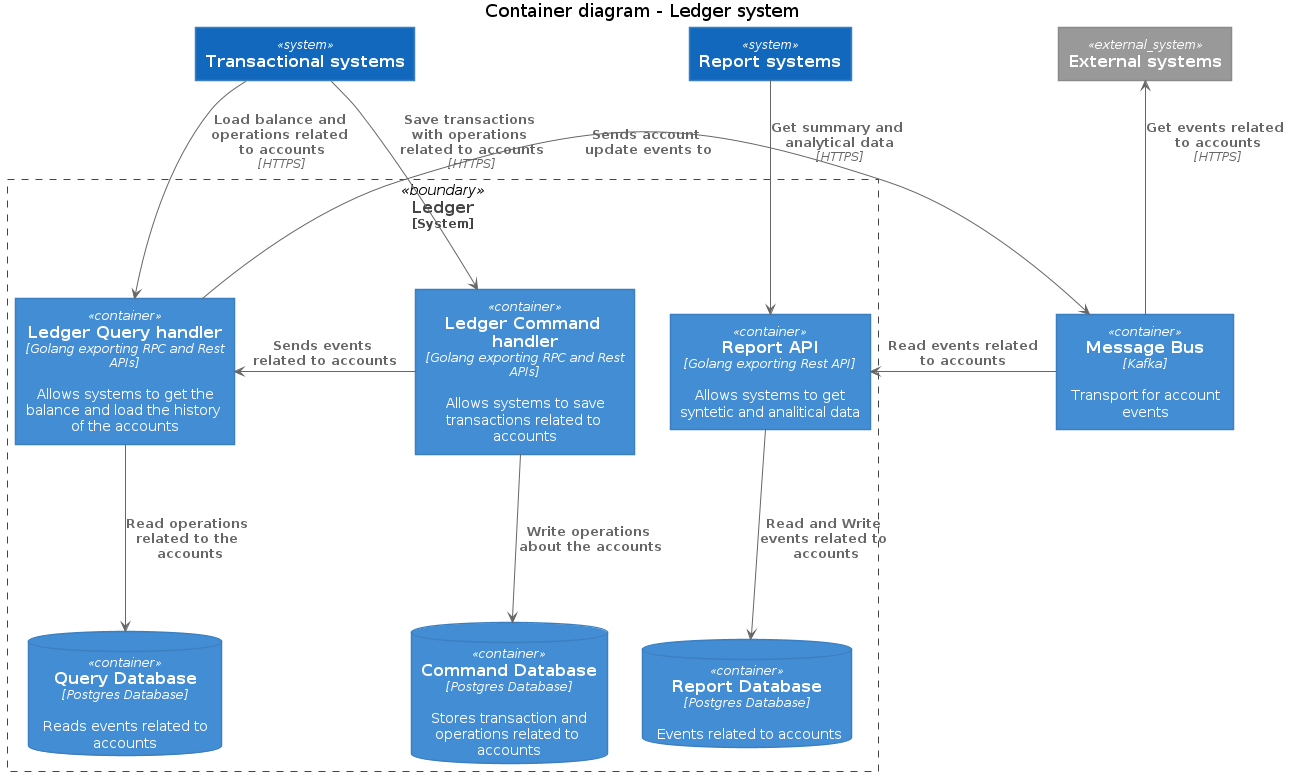
The PlantUML diagram docs/c4model/level_2_step_by_step/level_2_d_container_diagram.png in fernandodr19/the-amazing-ledger, before a commit.
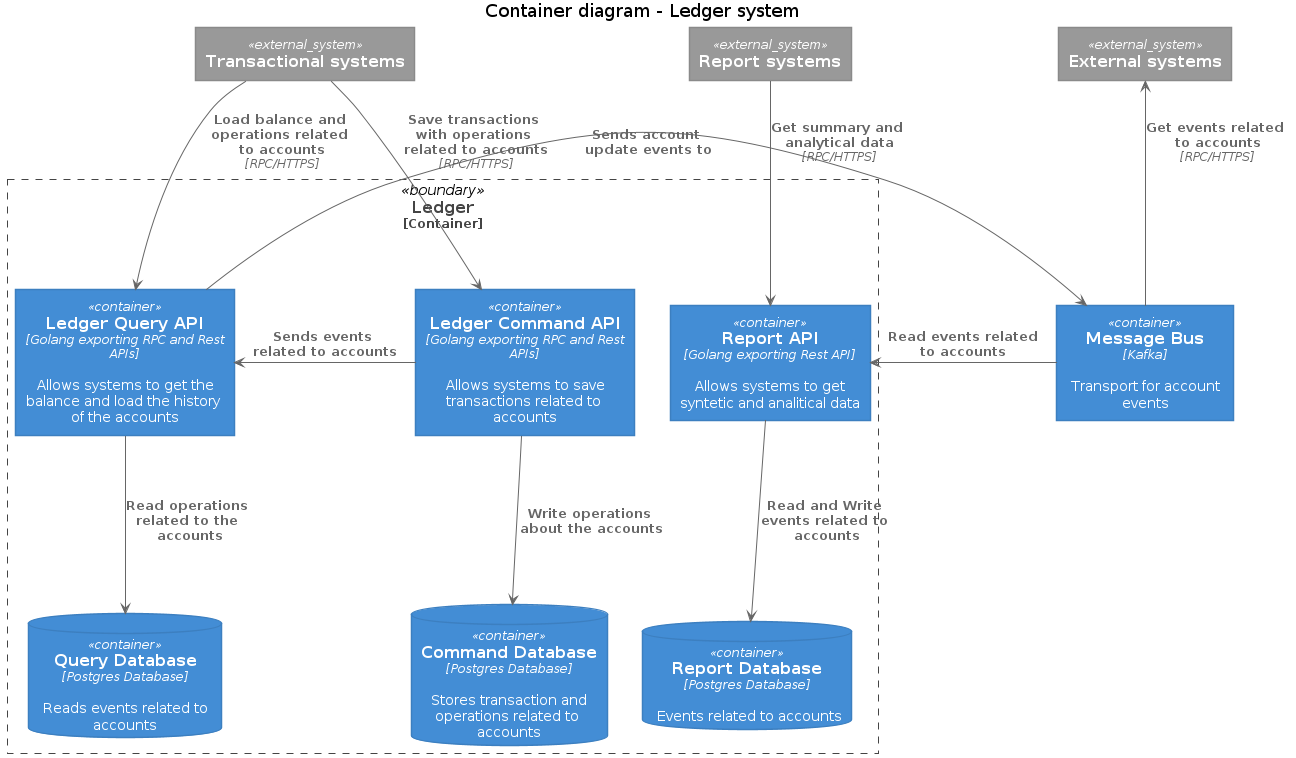
Later version of the same file.

Change to the diagram source:
```diff
@@ -4,13 +4,13 @@
 
 title Container diagram - Ledger system
 
-System(transactional_systems, "Transactional systems")
-System(report_systems, "Report systems")
+System_Ext(transactional_systems, "Transactional systems")
+System_Ext(report_systems, "Report systems")
 System_Ext(external_systems, "External systems")
 
-System_Boundary(ledger, "Ledger") {
-    Container(ledger_command_api, "Ledger Command handler", "Golang exporting RPC and Rest APIs", "Allows systems to save transactions related to accounts")
-    Container(ledger_query_api, "Ledger Query handler", "Golang exporting RPC and Rest APIs", "Allows systems to get the balance and load the history of the accounts")
+Container_Boundary(ledger, "Ledger") {
+    Container(ledger_command_api, "Ledger Command API", "Golang exporting RPC and Rest APIs", "Allows systems to save transactions related to accounts")
+    Container(ledger_query_api, "Ledger Query API", "Golang exporting RPC and Rest APIs", "Allows systems to get the balance and load the history of the accounts")
     ContainerDb(query_database, "Query Database", "Postgres Database", "Reads events related to accounts")
     ContainerDb(command_database, "Command Database", "Postgres Database", "Stores transaction and operations related to accounts")
     Container(report_api, "Report API", "Golang exporting Rest API", "Allows systems to get syntetic and analitical data")
@@ -24,16 +24,16 @@
 Rel(ledger_command_api, command_database, "Write operations about the accounts")
 Rel(ledger_query_api, query_database, "Read operations related to the accounts")
 
-Rel(transactional_systems, ledger_command_api, "Save transactions with operations related to accounts", "HTTPS")
-Rel(transactional_systems, ledger_query_api, "Load balance and operations related to accounts", "HTTPS")
+Rel(transactional_systems, ledger_command_api, "Save transactions with operations related to accounts", "RPC/HTTPS")
+Rel(transactional_systems, ledger_query_api, "Load balance and operations related to accounts", "RPC/HTTPS")
 
 
 Rel(report_api, report_database, "Read and Write events related to accounts")
 Rel_Back_Neighbor(report_api, message_bus, "Read events related to accounts")
 
-Rel(report_systems, report_api, "Get summary and analytical data", "HTTPS")
+Rel(report_systems, report_api, "Get summary and analytical data", "RPC/HTTPS")
 
-Rel_Back(external_systems, message_bus, "Get events related to accounts", "HTTPS")
+Rel_Back(external_systems, message_bus, "Get events related to accounts", "RPC/HTTPS")
 
 Rel_Neighbor(ledger_command_api, ledger_query_api, "Sends events related to accounts")
 
```
